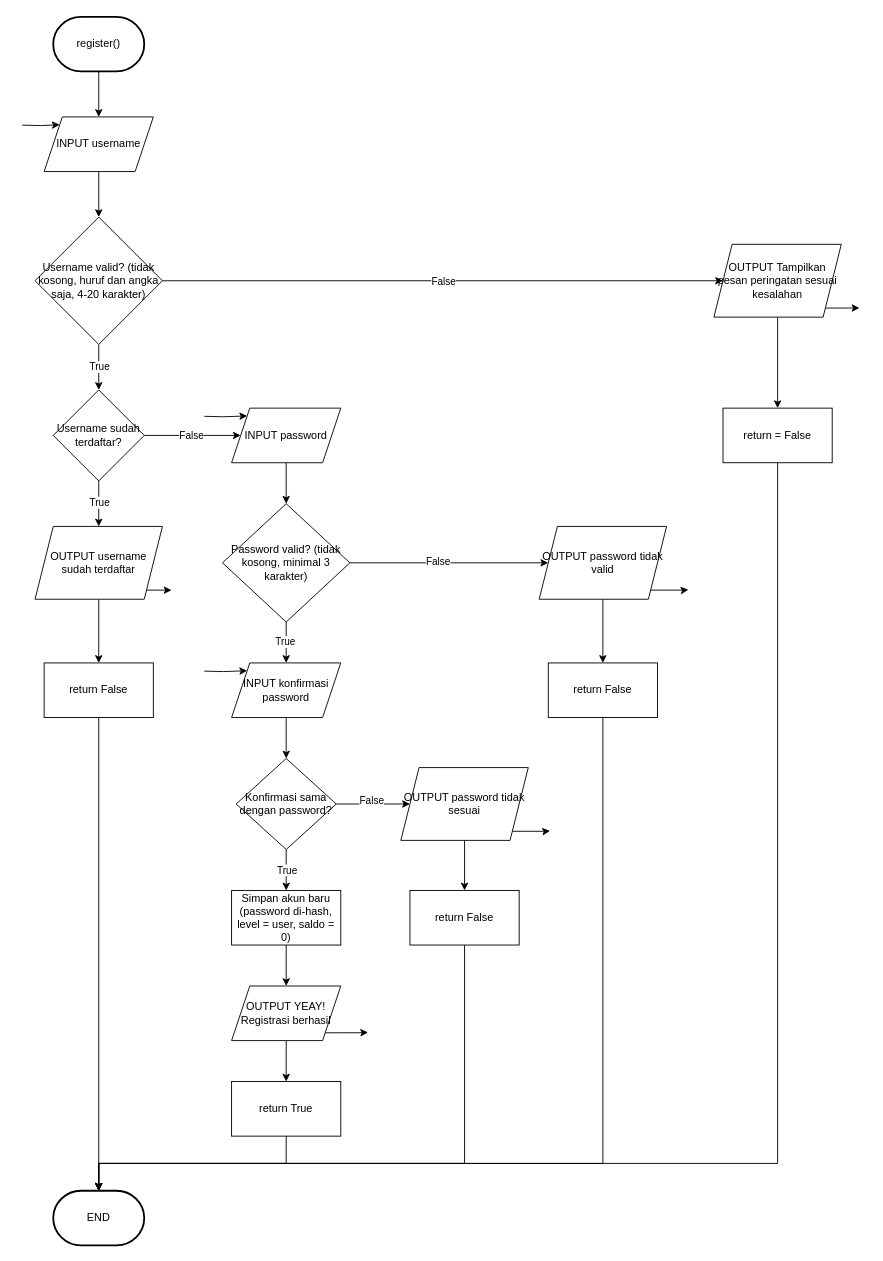
The draw.io diagram page "register()" (3 of 12) of B2-TimAtom-Flowchart.drawio in sheannisanasyi-ctrl/Sistem-Manajemen-Kos-kosan, before the edit. Source tidied: cells renumbered, new cells numbered last; positions are measured from the earlier drawing's top-left corner, leaving out a move shared by most shapes. Both pictures are drawn from the tidied source at 91%, with x=0, y=0 at pixel (22, 16).
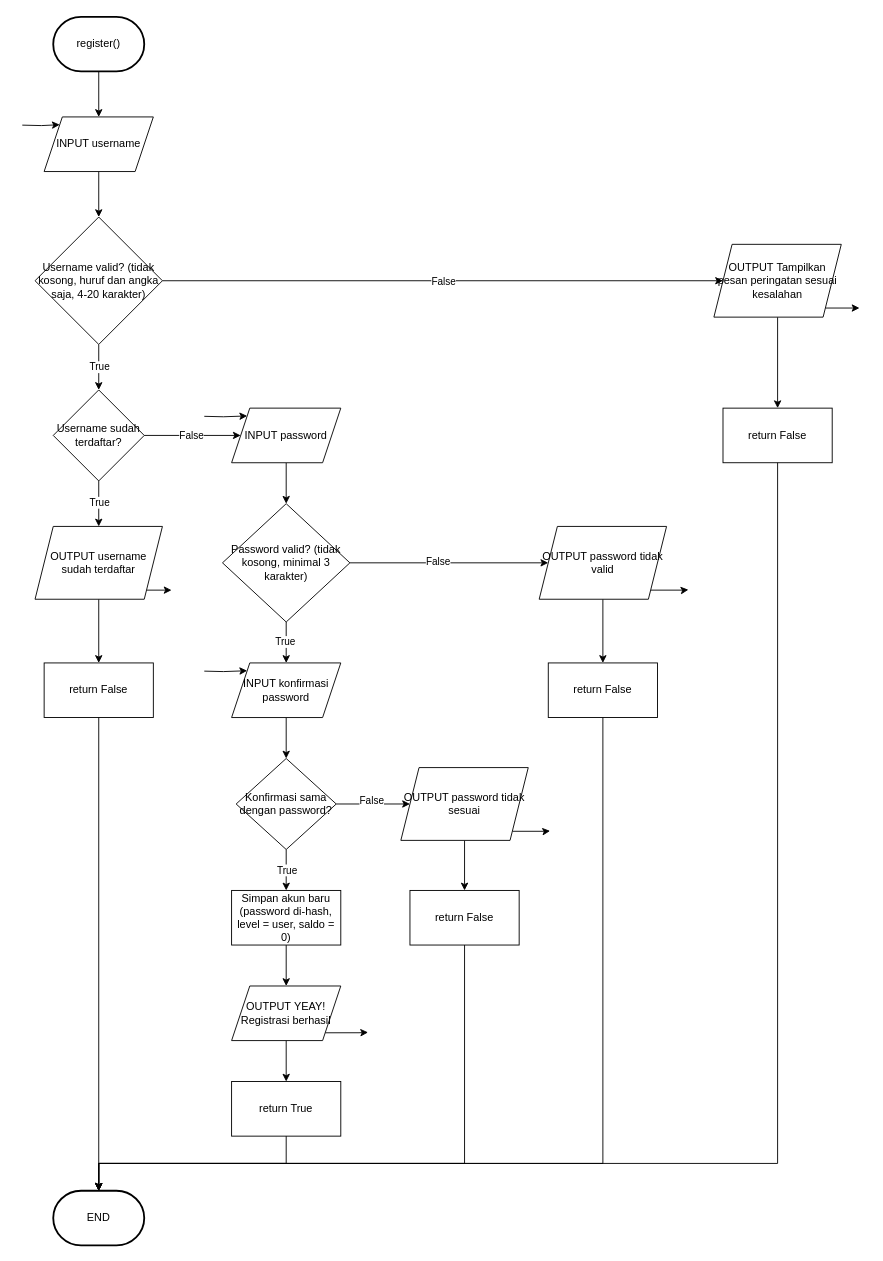
The same diagram, later.

Change to the diagram source:
```diff
@@
-    <mxCell id="50" value="return = False" style="whiteSpace=wrap;html=1;" parent="1" vertex="1">
+    <mxCell id="50" value="return False" style="whiteSpace=wrap;html=1;" parent="1" vertex="1">
       <mxGeometry x="770" y="430" width="120" height="60" as="geometry" />
     </mxCell>
```
